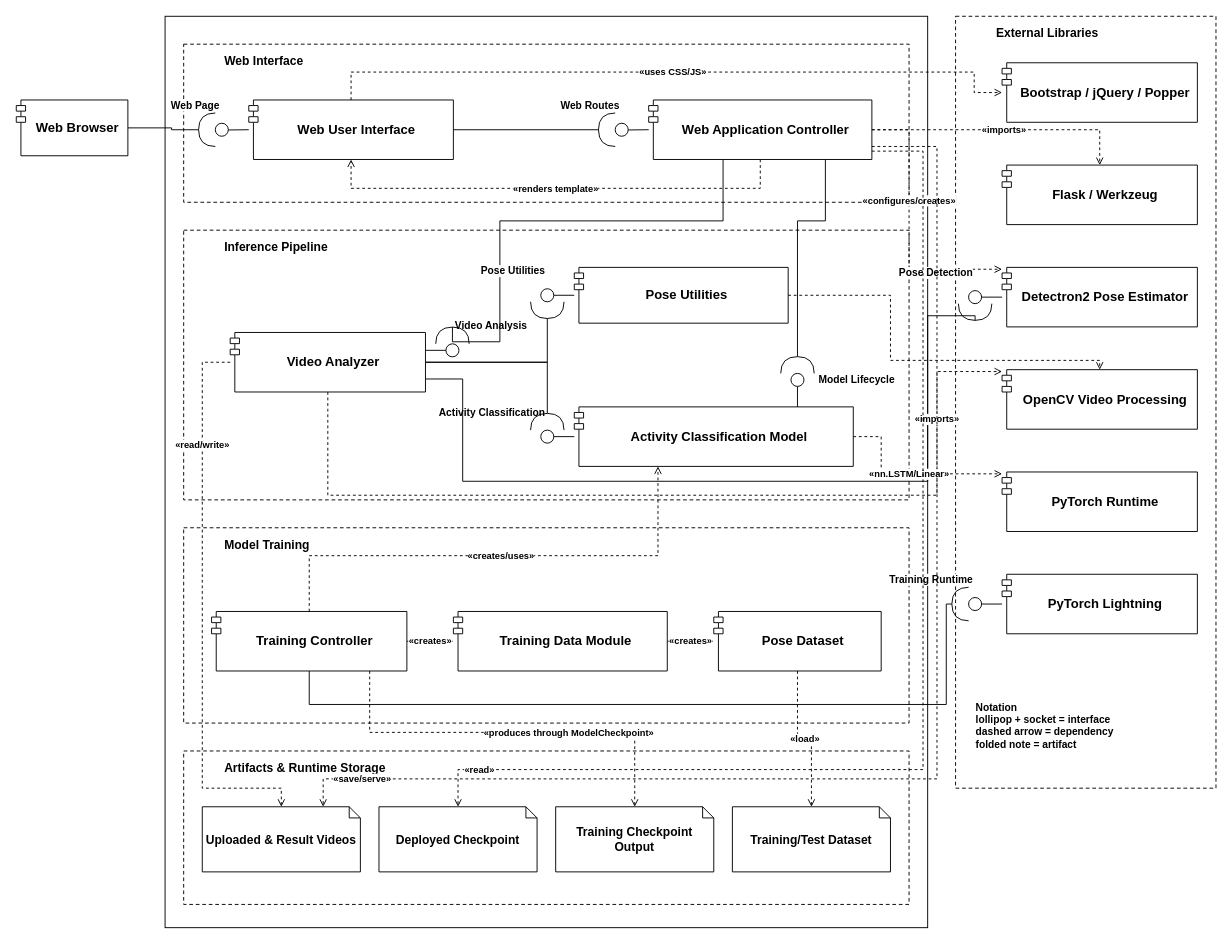
Earlier version of the draw.io diagram page "Phase 1 (original)" (1 of 2) of docs/diagrams/component_diagram.drawio (ShaggyBoy28/GroupProjectCSCE5014.400). Source tidied: cells renumbered, new cells numbered last; positions are measured from the earlier drawing's top-left corner, leaving out a move shared by most shapes. Both pictures are drawn from the tidied source at 93%, with x=0, y=0 at pixel (16, 16).
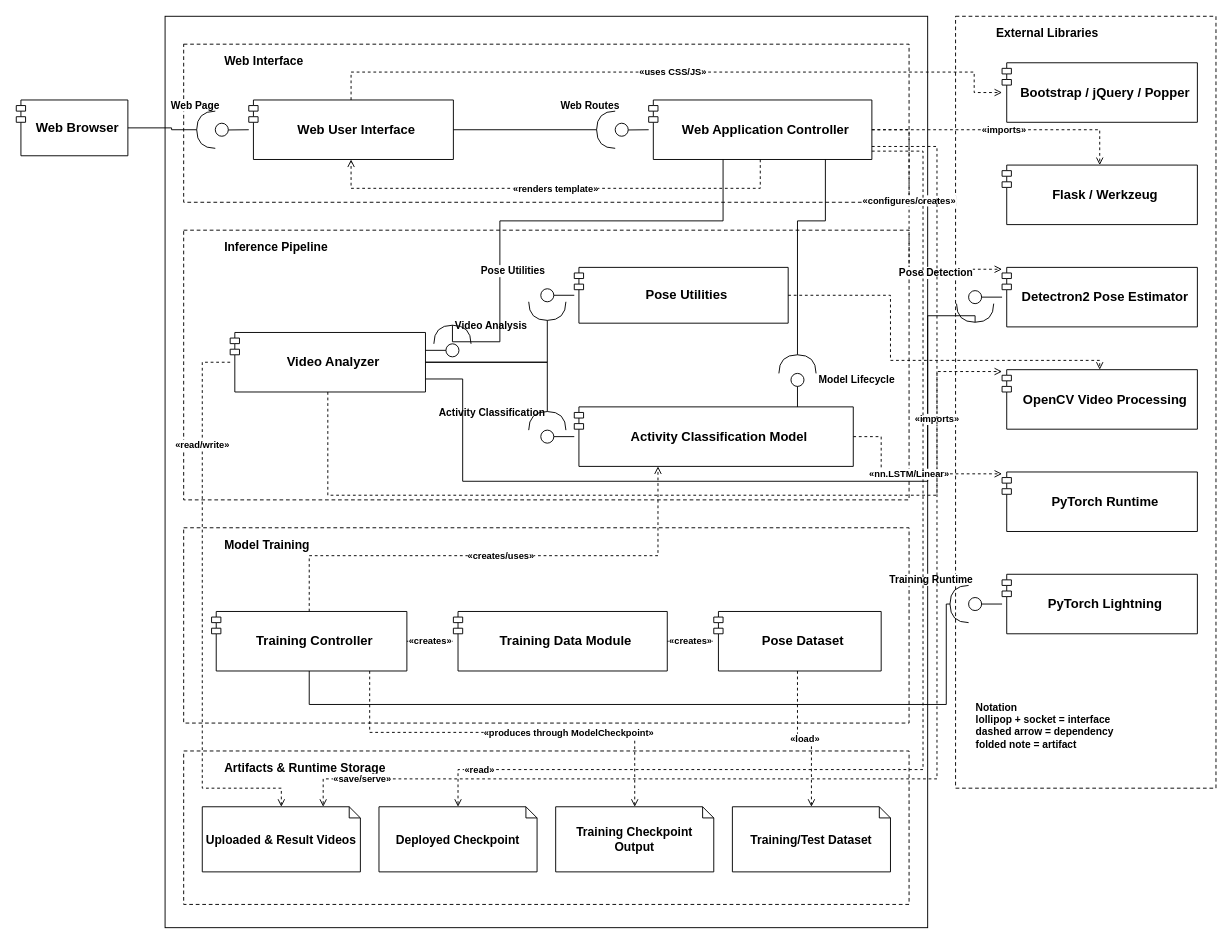
After the change.

Unchanged cells that the change refers to:
```xml
<mxCell id="2" value="&lt;b&gt;Web Browser&lt;/b&gt;" style="shape=module;jettyWidth=10;jettyHeight=6;html=1;whiteSpace=wrap;align=center;spacingLeft=12;fontSize=14;fillColor=#ffffff;strokeColor=#000000;" parent="1" vertex="1">
  <mxGeometry y="90" width="120" height="60" as="geometry" />
</mxCell>
<mxCell id="5" value="&lt;b&gt;Web User Interface&lt;/b&gt;" style="shape=module;jettyWidth=10;jettyHeight=6;html=1;whiteSpace=wrap;align=center;spacingLeft=12;fontSize=14;fillColor=#ffffff;strokeColor=#000000;" parent="1" vertex="1">
  <mxGeometry x="250" y="90" width="220" height="64" as="geometry" />
</mxCell>
<mxCell id="6" value="&lt;b&gt;Web Application Controller&lt;/b&gt;" style="shape=module;jettyWidth=10;jettyHeight=6;html=1;whiteSpace=wrap;align=center;spacingLeft=12;fontSize=14;fillColor=#ffffff;strokeColor=#000000;" parent="1" vertex="1">
  <mxGeometry x="680" y="90" width="240" height="64" as="geometry" />
</mxCell>
<mxCell id="8" value="&lt;b&gt;Video Analyzer&lt;/b&gt;" style="shape=module;jettyWidth=10;jettyHeight=6;html=1;whiteSpace=wrap;align=center;spacingLeft=12;fontSize=14;fillColor=#ffffff;strokeColor=#000000;" parent="1" vertex="1">
  <mxGeometry x="230" y="340" width="210" height="64" as="geometry" />
</mxCell>
<mxCell id="12" value="&lt;b&gt;Training Controller&lt;/b&gt;" style="shape=module;jettyWidth=10;jettyHeight=6;html=1;whiteSpace=wrap;align=center;spacingLeft=12;fontSize=14;fillColor=#ffffff;strokeColor=#000000;" parent="1" vertex="1">
  <mxGeometry x="210" y="640" width="210" height="64" as="geometry" />
</mxCell>
<mxCell id="28" value="&lt;b&gt;Web Page&lt;/b&gt;" style="ellipse;html=1;fillColor=#ffffff;fontSize=11;labelPosition=left;verticalLabelPosition=top;align=right;verticalAlign=bottom;spacingRight=-6;spacingBottom=10;labelBackgroundColor=#ffffff;" parent="1" vertex="1">
  <mxGeometry x="214" y="115" width="14" height="14" as="geometry" />
</mxCell>
<mxCell id="31" value="&lt;b&gt;Web Routes&lt;/b&gt;" style="ellipse;html=1;fillColor=#ffffff;fontSize=11;labelPosition=left;verticalLabelPosition=top;align=right;verticalAlign=bottom;spacingRight=-6;spacingBottom=10;labelBackgroundColor=#ffffff;" parent="1" vertex="1">
  <mxGeometry x="644" y="115" width="14" height="14" as="geometry" />
</mxCell>
<mxCell id="38" value="&lt;b&gt;Video Analysis&lt;/b&gt;" style="ellipse;html=1;fillColor=#ffffff;fontSize=11;labelPosition=right;verticalLabelPosition=top;align=left;verticalAlign=bottom;spacingLeft=-6;spacingBottom=10;labelBackgroundColor=#ffffff;" parent="1" vertex="1">
  <mxGeometry x="462" y="352.2" width="14" height="14" as="geometry" />
</mxCell>
<mxCell id="41" value="&lt;b&gt;Pose Utilities&lt;/b&gt;" style="ellipse;html=1;fillColor=#ffffff;fontSize=11;labelPosition=left;verticalLabelPosition=top;align=right;verticalAlign=bottom;spacingRight=-6;spacingBottom=10;labelBackgroundColor=#ffffff;" parent="1" vertex="1">
  <mxGeometry x="564" y="293" width="14" height="14" as="geometry" />
</mxCell>
<mxCell id="44" value="&lt;b&gt;Activity Classification&lt;/b&gt;" style="ellipse;html=1;fillColor=#ffffff;fontSize=11;labelPosition=left;verticalLabelPosition=top;align=right;verticalAlign=bottom;spacingRight=-6;spacingBottom=10;labelBackgroundColor=#ffffff;" parent="1" vertex="1">
  <mxGeometry x="564" y="445" width="14" height="14" as="geometry" />
</mxCell>
<mxCell id="47" value="&lt;b&gt;Model Lifecycle&lt;/b&gt;" style="ellipse;html=1;fillColor=#ffffff;fontSize=11;labelPosition=right;align=left;spacingLeft=14;labelBackgroundColor=#ffffff;" parent="1" vertex="1">
  <mxGeometry x="833" y="384" width="14" height="14" as="geometry" />
</mxCell>
<mxCell id="50" value="&lt;b&gt;Pose Detection&lt;/b&gt;" style="ellipse;html=1;fillColor=#ffffff;fontSize=11;labelPosition=left;verticalLabelPosition=top;align=right;verticalAlign=bottom;spacingRight=-6;spacingBottom=10;labelBackgroundColor=#ffffff;" parent="1" vertex="1">
  <mxGeometry x="1024" y="295" width="14" height="14" as="geometry" />
</mxCell>
<mxCell id="56" value="&lt;b&gt;Training Runtime&lt;/b&gt;" style="ellipse;html=1;fillColor=#ffffff;fontSize=11;labelPosition=left;verticalLabelPosition=top;align=right;verticalAlign=bottom;spacingRight=-6;spacingBottom=10;labelBackgroundColor=#ffffff;" parent="1" vertex="1">
  <mxGeometry x="1024" y="625" width="14" height="14" as="geometry" />
</mxCell>
```

What changed in the source:
```diff
@@
-    <mxCell id="30" style="edgeStyle=orthogonalEdgeStyle;rounded=0;html=1;fontSize=10;fontStyle=1;labelBackgroundColor=#ffffff;endArrow=halfCircle;endFill=0;endSize=16;" parent="1" edge="1" source="2" target="28">
+    <mxCell id="30" style="edgeStyle=orthogonalEdgeStyle;rounded=0;html=1;fontSize=10;fontStyle=1;labelBackgroundColor=#ffffff;endArrow=halfCircle;endFill=0;endSize=18;" parent="1" edge="1" source="2" target="28">
       <mxGeometry relative="1" as="geometry" />
     </mxCell>
@@
-    <mxCell id="33" style="edgeStyle=orthogonalEdgeStyle;rounded=0;html=1;fontSize=10;fontStyle=1;labelBackgroundColor=#ffffff;endArrow=halfCircle;endFill=0;endSize=16;" parent="1" edge="1" source="5" target="31">
+    <mxCell id="33" style="edgeStyle=orthogonalEdgeStyle;rounded=0;html=1;fontSize=10;fontStyle=1;labelBackgroundColor=#ffffff;endArrow=halfCircle;endFill=0;endSize=18;" parent="1" edge="1" source="5" target="31">
       <mxGeometry relative="1" as="geometry" />
     </mxCell>
@@
-    <mxCell id="40" style="edgeStyle=orthogonalEdgeStyle;rounded=0;html=1;fontSize=10;fontStyle=1;labelBackgroundColor=#ffffff;endArrow=halfCircle;endFill=0;endSize=16;" parent="1" edge="1" source="6" target="38">
+    <mxCell id="40" style="edgeStyle=orthogonalEdgeStyle;rounded=0;html=1;fontSize=10;fontStyle=1;labelBackgroundColor=#ffffff;endArrow=halfCircle;endFill=0;endSize=18;" parent="1" edge="1" source="6" target="38">
       <mxGeometry relative="1" as="geometry">
         <Array as="points">
           <mxPoint x="760" y="220" />
           <mxPoint x="520" y="220" />
           <mxPoint x="520" y="350" />
         </Array>
       </mxGeometry>
     </mxCell>
@@
-    <mxCell id="43" style="edgeStyle=orthogonalEdgeStyle;rounded=0;html=1;fontSize=10;fontStyle=1;labelBackgroundColor=#ffffff;endArrow=halfCircle;endFill=0;endSize=16;" parent="1" edge="1" source="8" target="41">
+    <mxCell id="43" style="edgeStyle=orthogonalEdgeStyle;rounded=0;html=1;fontSize=10;fontStyle=1;labelBackgroundColor=#ffffff;endArrow=halfCircle;endFill=0;endSize=18;" parent="1" edge="1" source="8" target="41">
       <mxGeometry relative="1" as="geometry" />
     </mxCell>
@@
-    <mxCell id="46" style="edgeStyle=orthogonalEdgeStyle;rounded=0;html=1;fontSize=10;fontStyle=1;labelBackgroundColor=#ffffff;endArrow=halfCircle;endFill=0;endSize=16;" parent="1" edge="1" source="8" target="44">
+    <mxCell id="46" style="edgeStyle=orthogonalEdgeStyle;rounded=0;html=1;fontSize=10;fontStyle=1;labelBackgroundColor=#ffffff;endArrow=halfCircle;endFill=0;endSize=18;" parent="1" edge="1" source="8" target="44">
       <mxGeometry relative="1" as="geometry" />
     </mxCell>
@@
-    <mxCell id="49" style="edgeStyle=orthogonalEdgeStyle;rounded=0;html=1;fontSize=10;fontStyle=1;labelBackgroundColor=#ffffff;endArrow=halfCircle;endFill=0;endSize=16;" parent="1" edge="1" source="6" target="47">
+    <mxCell id="49" style="edgeStyle=orthogonalEdgeStyle;rounded=0;html=1;fontSize=10;fontStyle=1;labelBackgroundColor=#ffffff;endArrow=halfCircle;endFill=0;endSize=18;" parent="1" edge="1" source="6" target="47">
       <mxGeometry relative="1" as="geometry">
         <Array as="points">
           <mxPoint x="870" y="220" />
         </Array>
       </mxGeometry>
     </mxCell>
@@
-    <mxCell id="52" style="edgeStyle=orthogonalEdgeStyle;rounded=0;html=1;fontSize=10;fontStyle=1;labelBackgroundColor=#ffffff;endArrow=halfCircle;endFill=0;endSize=16;" parent="1" edge="1" source="8" target="50">
+    <mxCell id="52" style="edgeStyle=orthogonalEdgeStyle;rounded=0;html=1;fontSize=10;fontStyle=1;labelBackgroundColor=#ffffff;endArrow=halfCircle;endFill=0;endSize=18;" parent="1" edge="1" source="8" target="50">
       <mxGeometry relative="1" as="geometry">
         <Array as="points">
           <mxPoint x="480" y="390" />
           <mxPoint x="480" y="500" />
           <mxPoint x="980" y="500" />
           <mxPoint x="980" y="322" />
         </Array>
       </mxGeometry>
     </mxCell>
@@
-    <mxCell id="58" style="edgeStyle=orthogonalEdgeStyle;rounded=0;html=1;fontSize=10;fontStyle=1;labelBackgroundColor=#ffffff;endArrow=halfCircle;endFill=0;endSize=16;" parent="1" edge="1" source="12" target="56">
+    <mxCell id="58" style="edgeStyle=orthogonalEdgeStyle;rounded=0;html=1;fontSize=10;fontStyle=1;labelBackgroundColor=#ffffff;endArrow=halfCircle;endFill=0;endSize=18;" parent="1" edge="1" source="12" target="56">
       <mxGeometry relative="1" as="geometry">
         <Array as="points">
           <mxPoint x="315" y="740" />
           <mxPoint x="1000" y="740" />
           <mxPoint x="1000" y="632" />
         </Array>
       </mxGeometry>
     </mxCell>
```
